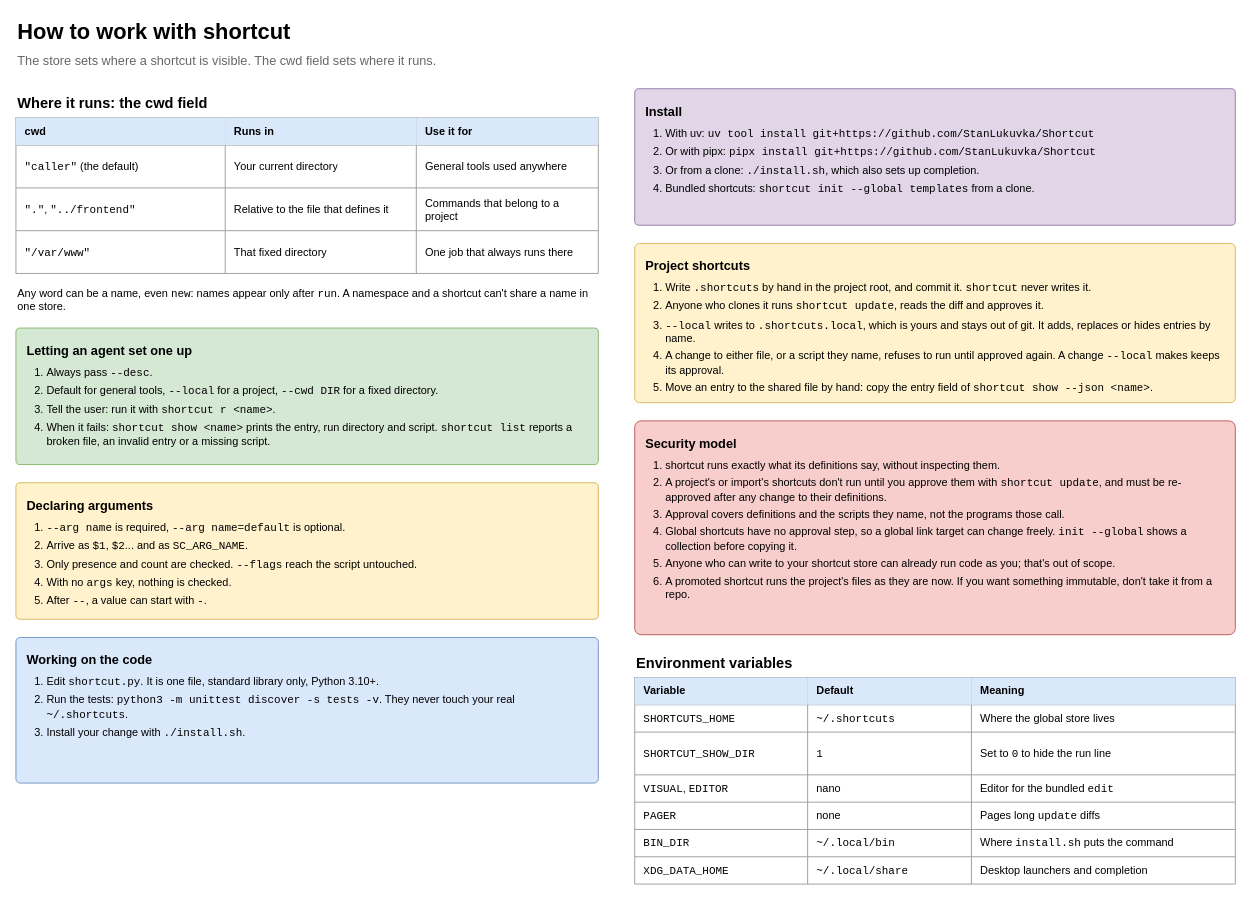
Before: page "3 Working with it" (3 of 5) of docs/shortcut-overview.drawio in StanLukuvka/Shortcut, a draw.io diagram. Source tidied: cells renumbered, new cells numbered last; positions are measured from the earlier drawing's top-left corner, leaving out a move shared by most shapes. Both pictures are drawn from the tidied source at 91%, with x=0, y=0 at pixel (15, 15).
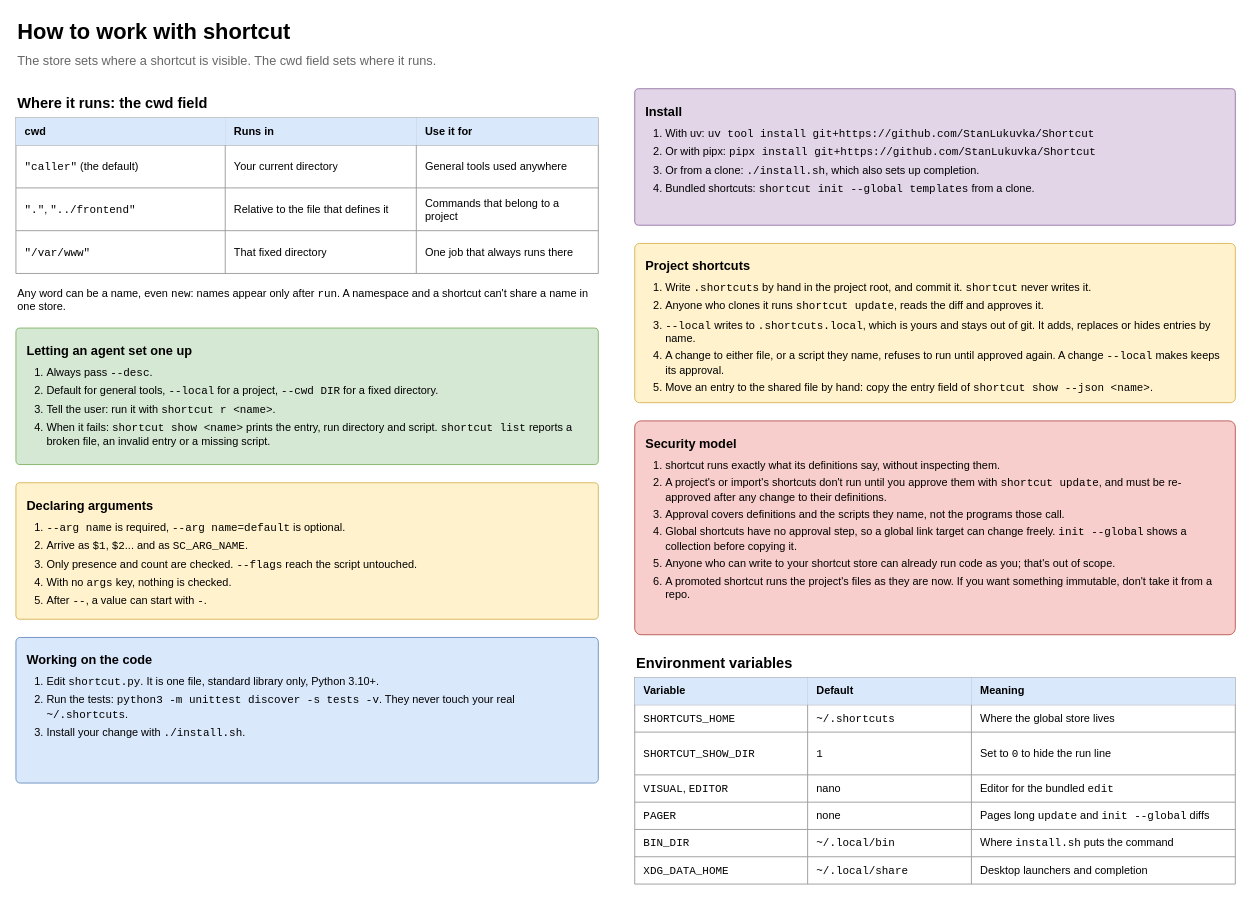
The same page after the edit.

Unchanged cells that the change refers to:
```xml
<mxCell id="47" style="shape=tableRow;horizontal=0;startSize=0;swimlaneHead=0;swimlaneBody=0;strokeColor=inherit;top=0;left=0;bottom=0;right=0;fillColor=none;html=1;" parent="30" vertex="1">
  <mxGeometry y="137" width="660" height="30" as="geometry" />
</mxCell>
```

What changed in the source:
```diff
@@
-    <mxCell id="50" value="Pages long &lt;font face=&quot;monospace&quot;&gt;update&lt;/font&gt; diffs" style="shape=partialRectangle;html=1;whiteSpace=wrap;strokeColor=inherit;overflow=hidden;fillColor=none;top=0;left=0;bottom=0;right=0;align=left;verticalAlign=middle;spacingLeft=8;spacingRight=6;fontSize=12;" parent="47" vertex="1">
+    <mxCell id="50" value="Pages long &lt;font face=&quot;monospace&quot;&gt;update&lt;/font&gt; and &lt;font face=&quot;monospace&quot;&gt;init --global&lt;/font&gt; diffs" style="shape=partialRectangle;html=1;whiteSpace=wrap;strokeColor=inherit;overflow=hidden;fillColor=none;top=0;left=0;bottom=0;right=0;align=left;verticalAlign=middle;spacingLeft=8;spacingRight=6;fontSize=12;" parent="47" vertex="1">
       <mxGeometry x="370" width="290" height="30" as="geometry" />
     </mxCell>
```
